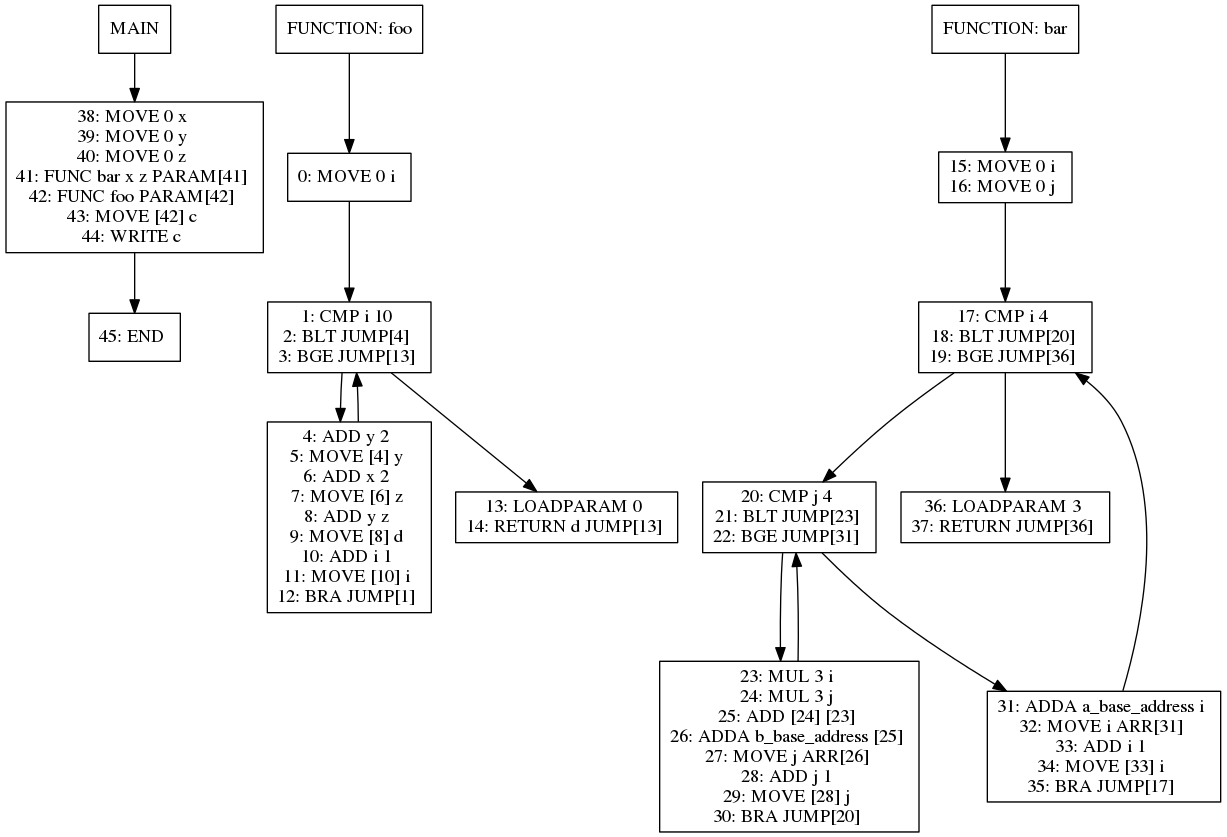
Earlier version of the Graphviz export viz/test002.dot.png (jiahanwang/PL241-Compiler). Its source is kept beside it as viz/test002.dot. The source it was exported from:
```dot
digraph test002 {
node [shape=box]
1[label="MAIN"]
1 -> 28
28[label="38: MOVE 0 x
39: MOVE 0 y
40: MOVE 0 z
41: FUNC bar x z PARAM[41]
42: FUNC foo PARAM[42]
43: MOVE [42] c
44: WRITE c
"]
28 -> 34
34[label="45: END
"]
6[label="FUNCTION: foo"]
6 -> 8
8[label="0: MOVE 0 i
"]
8 -> 9
9[label="1: CMP i 10
2: BLT JUMP[4]
3: BGE JUMP[13]
"]
9 -> 11
11[label="4: ADD y 2
5: MOVE [4] y
6: ADD x 2
7: MOVE [6] z
8: ADD y z
9: MOVE [8] d
10: ADD i 1
11: MOVE [10] i
12: BRA JUMP[1]
"]
11 -> 9
9 -> 10
10[label="13: LOADPARAM 0
14: RETURN d JUMP[13]
"]
16[label="FUNCTION: bar"]
16 -> 18
18[label="15: MOVE 0 i
16: MOVE 0 j
"]
18 -> 20
20[label="17: CMP i 4
18: BLT JUMP[20]
19: BGE JUMP[36]
"]
20 -> 22
22[label="20: CMP j 4
21: BLT JUMP[23]
22: BGE JUMP[31]
"]
22 -> 24
24[label="23: MUL 3 i
24: MUL 3 j
25: ADD [24] [23]
26: ADDA b_base_address [25]
27: MOVE j ARR[26]
28: ADD j 1
29: MOVE [28] j
30: BRA JUMP[20]
"]
24 -> 22
22 -> 23
23[label="31: ADDA a_base_address i
32: MOVE i ARR[31]
33: ADD i 1
34: MOVE [33] i
35: BRA JUMP[17]
"]
23 -> 20
20 -> 21
21[label="36: LOADPARAM 3
37: RETURN JUMP[36]
"]
}
```
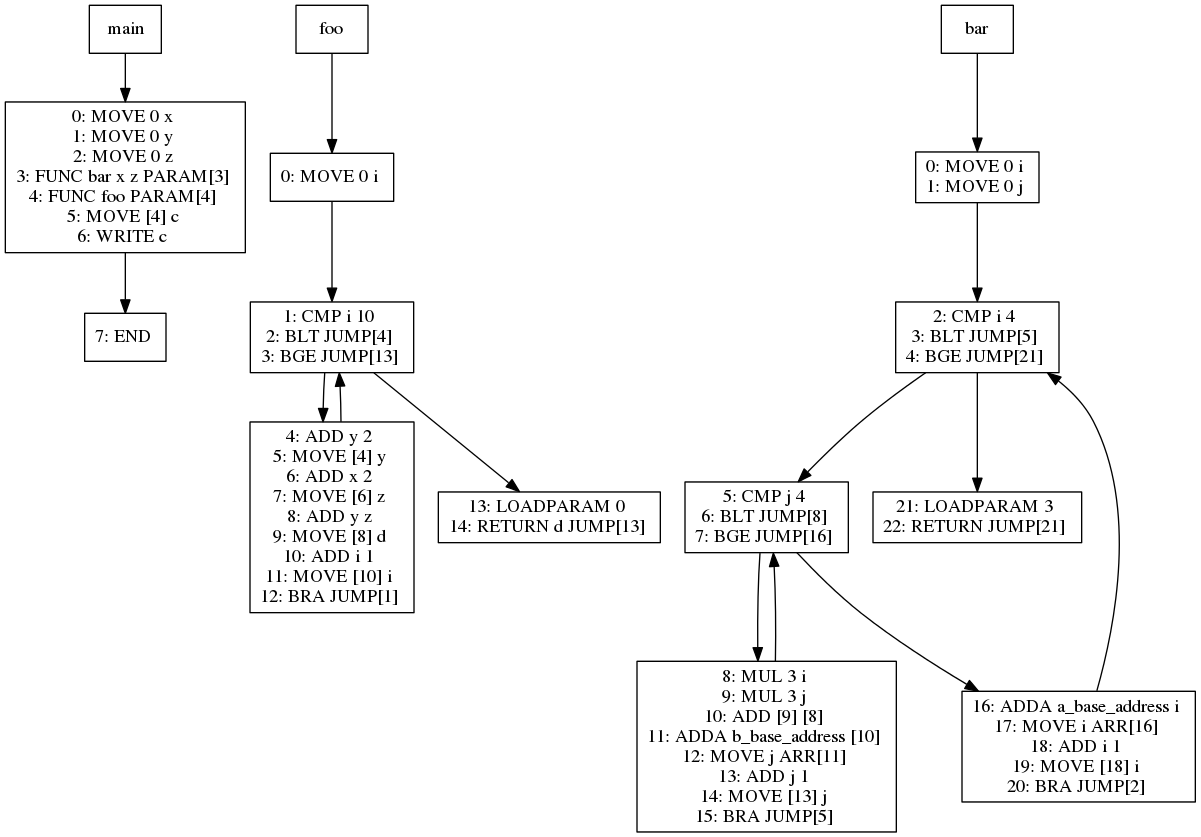
After the commit.

What changed in the source:
```diff
@@ -1,29 +1,29 @@
 digraph test002 {
 node [shape=box]
-1[label="MAIN"]
-1 -> 28
-28[label="38: MOVE 0 x
-39: MOVE 0 y
-40: MOVE 0 z
-41: FUNC bar x z PARAM[41]
-42: FUNC foo PARAM[42]
-43: MOVE [42] c
-44: WRITE c
+14[label="main"]
+14 -> 41
+41[label="0: MOVE 0 x
+1: MOVE 0 y
+2: MOVE 0 z
+3: FUNC bar x z PARAM[3]
+4: FUNC foo PARAM[4]
+5: MOVE [4] c
+6: WRITE c
 "]
-28 -> 34
-34[label="45: END
+41 -> 47
+47[label="7: END
 "]
-6[label="FUNCTION: foo"]
-6 -> 8
-8[label="0: MOVE 0 i
+19[label="foo"]
+19 -> 21
+21[label="0: MOVE 0 i
 "]
-8 -> 9
-9[label="1: CMP i 10
+21 -> 22
+22[label="1: CMP i 10
 2: BLT JUMP[4]
 3: BGE JUMP[13]
 "]
-9 -> 11
-11[label="4: ADD y 2
+22 -> 24
+24[label="4: ADD y 2
 5: MOVE [4] y
 6: ADD x 2
 7: MOVE [6] z
@@ -33,47 +33,47 @@
 11: MOVE [10] i
 12: BRA JUMP[1]
 "]
-11 -> 9
-9 -> 10
-10[label="13: LOADPARAM 0
+24 -> 22
+22 -> 23
+23[label="13: LOADPARAM 0
 14: RETURN d JUMP[13]
 "]
-16[label="FUNCTION: bar"]
-16 -> 18
-18[label="15: MOVE 0 i
-16: MOVE 0 j
+29[label="bar"]
+29 -> 31
+31[label="0: MOVE 0 i
+1: MOVE 0 j
 "]
-18 -> 20
-20[label="17: CMP i 4
-18: BLT JUMP[20]
-19: BGE JUMP[36]
+31 -> 33
+33[label="2: CMP i 4
+3: BLT JUMP[5]
+4: BGE JUMP[21]
 "]
-20 -> 22
-22[label="20: CMP j 4
-21: BLT JUMP[23]
-22: BGE JUMP[31]
+33 -> 35
+35[label="5: CMP j 4
+6: BLT JUMP[8]
+7: BGE JUMP[16]
 "]
-22 -> 24
-24[label="23: MUL 3 i
-24: MUL 3 j
-25: ADD [24] [23]
-26: ADDA b_base_address [25]
-27: MOVE j ARR[26]
-28: ADD j 1
-29: MOVE [28] j
-30: BRA JUMP[20]
+35 -> 37
+37[label="8: MUL 3 i
+9: MUL 3 j
+10: ADD [9] [8]
+11: ADDA b_base_address [10]
+12: MOVE j ARR[11]
+13: ADD j 1
+14: MOVE [13] j
+15: BRA JUMP[5]
 "]
-24 -> 22
-22 -> 23
-23[label="31: ADDA a_base_address i
-32: MOVE i ARR[31]
-33: ADD i 1
-34: MOVE [33] i
-35: BRA JUMP[17]
+37 -> 35
+35 -> 36
+36[label="16: ADDA a_base_address i
+17: MOVE i ARR[16]
+18: ADD i 1
+19: MOVE [18] i
+20: BRA JUMP[2]
 "]
-23 -> 20
-20 -> 21
-21[label="36: LOADPARAM 3
-37: RETURN JUMP[36]
+36 -> 33
+33 -> 34
+34[label="21: LOADPARAM 3
+22: RETURN JUMP[21]
 "]
 }
```
